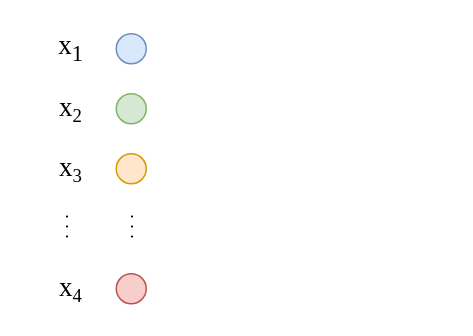
This is 神经元.drawio from gao131/nlp-beginner, a draw.io file, before an edit. Source tidied: cells renumbered, new cells numbered last; positions are measured from the earlier drawing's top-left corner, leaving out a move shared by most shapes. Both pictures are drawn from the tidied source at 150%, with x=0, y=0 at pixel (26, 26).
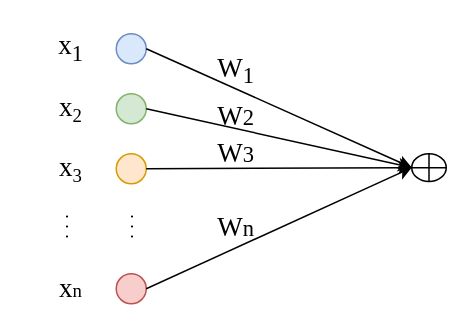
The same page after the edit.

Commit message (it also covers changes not shown here):
更新神经元.drawio

Unchanged cells that the change refers to:
```xml
<mxCell id="2" style="ellipse;whiteSpace=wrap;html=1;fillColor=#d5e8d4;strokeColor=#82b366;" parent="1" vertex="1">
  <mxGeometry x="60" y="45" width="20" height="20" as="geometry" />
</mxCell>
<mxCell id="3" style="ellipse;whiteSpace=wrap;html=1;fillColor=#dae8fc;strokeColor=#6c8ebf;" parent="1" vertex="1">
  <mxGeometry x="60" y="5" width="20" height="20" as="geometry" />
</mxCell>
<mxCell id="4" style="ellipse;whiteSpace=wrap;html=1;fillColor=#ffe6cc;strokeColor=#d79b00;" parent="1" vertex="1">
  <mxGeometry x="60" y="85" width="20" height="20" as="geometry" />
</mxCell>
<mxCell id="5" style="ellipse;whiteSpace=wrap;html=1;fillColor=#f8cecc;strokeColor=#b85450;" parent="1" vertex="1">
  <mxGeometry x="60" y="165" width="20" height="20" as="geometry" />
</mxCell>
```

What changed in the source:
```diff
@@
-    <mxCell id="7" value="&lt;font style=&quot;font-size: 18px;&quot; face=&quot;Times New Roman&quot;&gt;x&lt;/font&gt;&lt;font style=&quot;font-size: 15px;&quot; face=&quot;Times New Roman&quot;&gt;&lt;sub&gt;2&lt;/sub&gt;&lt;/font&gt;" style="text;html=1;align=center;verticalAlign=middle;whiteSpace=wrap;rounded=0;" parent="1" vertex="1">
+    <mxCell id="7" value="&lt;font face=&quot;Times New Roman&quot;&gt;&lt;font style=&quot;font-size: 18px;&quot;&gt;x&lt;/font&gt;&lt;font style=&quot;font-size: 15px;&quot;&gt;&lt;sub style=&quot;&quot;&gt;2&lt;/sub&gt;&lt;/font&gt;&lt;/font&gt;" style="text;html=1;align=center;verticalAlign=middle;whiteSpace=wrap;rounded=0;" parent="1" vertex="1">
       <mxGeometry y="40" width="60" height="30" as="geometry" />
     </mxCell>
-    <mxCell id="8" value="&lt;font style=&quot;font-size: 18px;&quot; face=&quot;Times New Roman&quot;&gt;x&lt;/font&gt;&lt;font style=&quot;font-size: 15px;&quot; face=&quot;Times New Roman&quot;&gt;&lt;sub&gt;3&lt;/sub&gt;&lt;/font&gt;" style="text;html=1;align=center;verticalAlign=middle;whiteSpace=wrap;rounded=0;" parent="1" vertex="1">
+    <mxCell id="8" value="&lt;font face=&quot;Times New Roman&quot;&gt;&lt;font style=&quot;font-size: 18px;&quot;&gt;x&lt;/font&gt;&lt;font style=&quot;font-size: 15px;&quot;&gt;&lt;sub style=&quot;&quot;&gt;3&lt;/sub&gt;&lt;/font&gt;&lt;/font&gt;" style="text;html=1;align=center;verticalAlign=middle;whiteSpace=wrap;rounded=0;" parent="1" vertex="1">
       <mxGeometry y="80" width="60" height="30" as="geometry" />
     </mxCell>
-    <mxCell id="9" value="&lt;font style=&quot;font-size: 18px;&quot; face=&quot;Times New Roman&quot;&gt;x&lt;/font&gt;&lt;font style=&quot;font-size: 15px;&quot; face=&quot;Times New Roman&quot;&gt;&lt;sub&gt;4&lt;/sub&gt;&lt;/font&gt;" style="text;html=1;align=center;verticalAlign=middle;whiteSpace=wrap;rounded=0;" parent="1" vertex="1">
+    <mxCell id="9" value="&lt;font face=&quot;Times New Roman&quot;&gt;&lt;font style=&quot;font-size: 18px;&quot;&gt;x&lt;/font&gt;&lt;font style=&quot;font-size: 12.5px;&quot;&gt;n&lt;/font&gt;&lt;/font&gt;" style="text;html=1;align=center;verticalAlign=middle;whiteSpace=wrap;rounded=0;" parent="1" vertex="1">
       <mxGeometry y="160" width="60" height="30" as="geometry" />
     </mxCell>
@@
+    <mxCell id="12" style="shape=orEllipse;perimeter=ellipsePerimeter;whiteSpace=wrap;html=1;backgroundOutline=1;fillColor=none;" parent="1" vertex="1">
+      <mxGeometry x="257" y="85" width="23" height="18.5" as="geometry" />
+    </mxCell>
+    <mxCell id="13" style="endArrow=classic;html=1;rounded=0;exitX=1;exitY=0.5;exitDx=0;exitDy=0;entryX=0;entryY=0.5;entryDx=0;entryDy=0;" parent="1" edge="1" source="3" target="12">
+      <mxGeometry relative="1" as="geometry" />
+    </mxCell>
+    <mxCell id="14" style="endArrow=classic;html=1;rounded=0;exitX=1;exitY=0.5;exitDx=0;exitDy=0;entryX=0;entryY=0.5;entryDx=0;entryDy=0;" parent="1" edge="1" source="2" target="12">
+      <mxGeometry relative="1" as="geometry" />
+    </mxCell>
+    <mxCell id="15" style="endArrow=classic;html=1;rounded=0;exitX=1;exitY=0.5;exitDx=0;exitDy=0;entryX=0;entryY=0.5;entryDx=0;entryDy=0;" parent="1" edge="1" source="4" target="12">
+      <mxGeometry relative="1" as="geometry" />
+    </mxCell>
+    <mxCell id="16" style="endArrow=classic;html=1;rounded=0;exitX=1;exitY=0.5;exitDx=0;exitDy=0;entryX=0;entryY=0.5;entryDx=0;entryDy=0;" parent="1" edge="1" source="5" target="12">
+      <mxGeometry relative="1" as="geometry" />
+    </mxCell>
+    <mxCell id="17" value="&lt;font face=&quot;Times New Roman&quot; style=&quot;font-size: 18px;&quot;&gt;W&lt;sub style=&quot;&quot;&gt;1&lt;/sub&gt;&lt;/font&gt;" style="text;html=1;align=center;verticalAlign=middle;whiteSpace=wrap;rounded=0;" parent="1" vertex="1">
+      <mxGeometry x="110" y="15" width="60" height="30" as="geometry" />
+    </mxCell>
+    <mxCell id="18" value="&lt;font face=&quot;Times New Roman&quot; style=&quot;font-size: 18px;&quot;&gt;W&lt;/font&gt;&lt;font face=&quot;Times New Roman&quot; style=&quot;font-size: 15px;&quot;&gt;2&lt;/font&gt;" style="text;html=1;align=center;verticalAlign=middle;whiteSpace=wrap;rounded=0;" parent="1" vertex="1">
+      <mxGeometry x="110" y="45" width="60" height="30" as="geometry" />
+    </mxCell>
+    <mxCell id="19" value="&lt;font face=&quot;Times New Roman&quot; style=&quot;font-size: 18px;&quot;&gt;W&lt;/font&gt;&lt;font face=&quot;Times New Roman&quot; style=&quot;font-size: 15px;&quot;&gt;3&lt;/font&gt;" style="text;html=1;align=center;verticalAlign=middle;whiteSpace=wrap;rounded=0;" parent="1" vertex="1">
+      <mxGeometry x="110" y="70" width="60" height="30" as="geometry" />
+    </mxCell>
+    <mxCell id="20" value="&lt;font face=&quot;Times New Roman&quot; style=&quot;font-size: 18px;&quot;&gt;W&lt;/font&gt;&lt;font face=&quot;Times New Roman&quot; style=&quot;font-size: 15px;&quot;&gt;n&lt;/font&gt;" style="text;html=1;align=center;verticalAlign=middle;whiteSpace=wrap;rounded=0;" parent="1" vertex="1">
+      <mxGeometry x="110" y="119" width="60" height="30" as="geometry" />
+    </mxCell>
```
